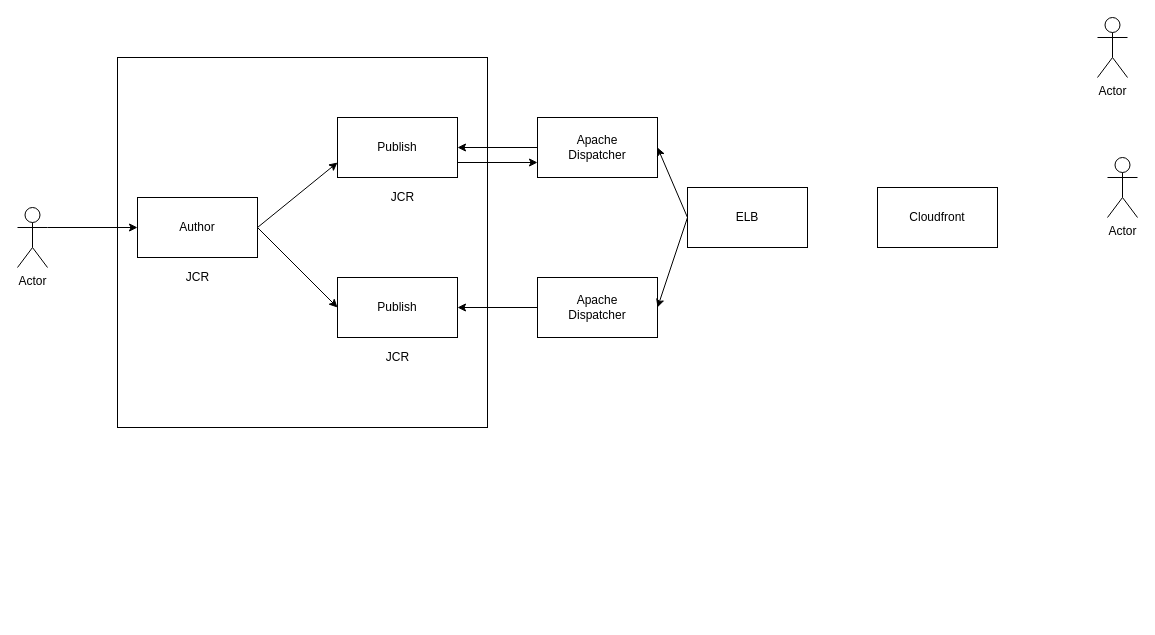
Before: AEM.drawio in chekurisriharsha/hello-world, a draw.io diagram. Source tidied: cells renumbered, new cells numbered last; positions are measured from the earlier drawing's top-left corner, leaving out a move shared by most shapes. Both pictures are drawn from the tidied source at 100%, with x=0, y=0 at pixel (17, 17).
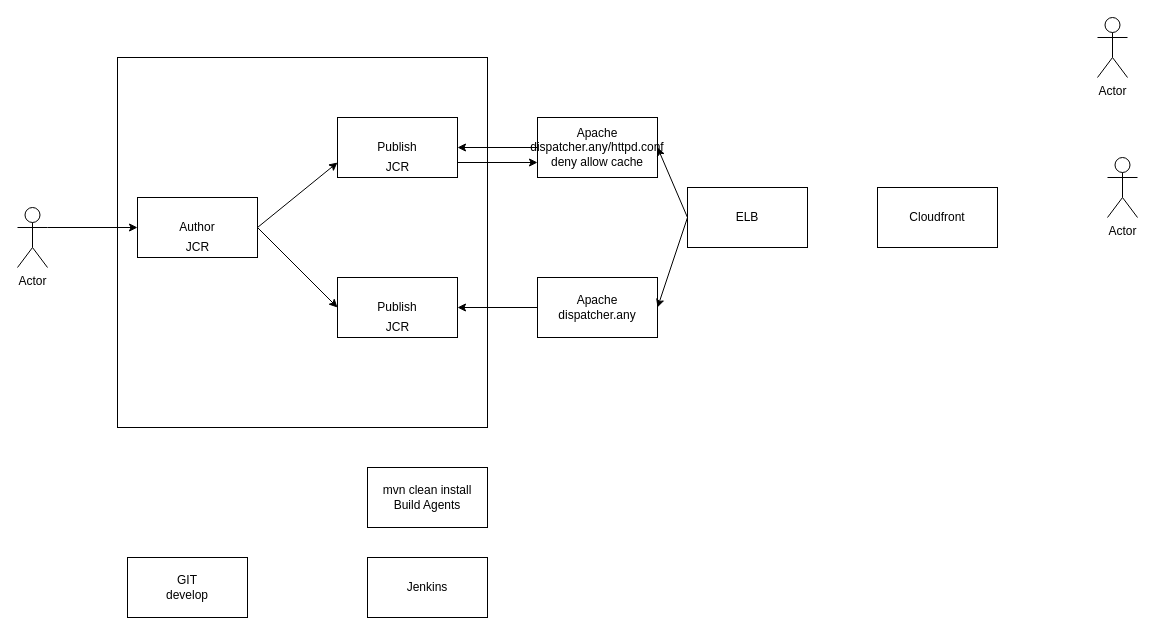
The same page after the edit.

Change to the diagram source:
```diff
@@
     <mxCell id="9" value="JCR" style="text;html=1;align=center;verticalAlign=middle;" parent="1" vertex="1">
-      <mxGeometry x="160" y="250" width="40" height="20" as="geometry" />
+      <mxGeometry x="160" y="220" width="40" height="20" as="geometry" />
     </mxCell>
@@
     <mxCell id="11" value="JCR" style="text;html=1;align=center;verticalAlign=middle;" parent="1" vertex="1">
-      <mxGeometry x="365" y="170" width="40" height="20" as="geometry" />
+      <mxGeometry x="360" y="140" width="40" height="20" as="geometry" />
     </mxCell>
     <mxCell id="12" value="JCR" style="text;html=1;align=center;verticalAlign=middle;" parent="1" vertex="1">
-      <mxGeometry x="360" y="330" width="40" height="20" as="geometry" />
+      <mxGeometry x="360" y="300" width="40" height="20" as="geometry" />
     </mxCell>
-    <mxCell id="13" value="Apache&lt;br&gt;Dispatcher" style="rounded=0;whiteSpace=wrap;html=1;" parent="1" vertex="1">
+    <mxCell id="13" value="Apache&lt;br&gt;dispatcher.any/httpd.conf&lt;br&gt;deny allow cache" style="rounded=0;whiteSpace=wrap;html=1;" parent="1" vertex="1">
       <mxGeometry x="520" y="100" width="120" height="60" as="geometry" />
     </mxCell>
-    <mxCell id="14" value="Apache&lt;br&gt;Dispatcher" style="rounded=0;whiteSpace=wrap;html=1;" parent="1" vertex="1">
+    <mxCell id="14" value="Apache&lt;br&gt;dispatcher.any" style="rounded=0;whiteSpace=wrap;html=1;" parent="1" vertex="1">
       <mxGeometry x="520" y="260" width="120" height="60" as="geometry" />
     </mxCell>
@@
+    <mxCell id="24" value="GIT&lt;br&gt;develop" style="rounded=0;whiteSpace=wrap;html=1;" parent="1" vertex="1">
+      <mxGeometry x="110" y="540" width="120" height="60" as="geometry" />
+    </mxCell>
+    <mxCell id="25" value="Jenkins&lt;br&gt;" style="rounded=0;whiteSpace=wrap;html=1;" parent="1" vertex="1">
+      <mxGeometry x="350" y="540" width="120" height="60" as="geometry" />
+    </mxCell>
+    <mxCell id="26" value="mvn clean install&lt;br&gt;Build Agents" style="rounded=0;whiteSpace=wrap;html=1;" parent="1" vertex="1">
+      <mxGeometry x="350" y="450" width="120" height="60" as="geometry" />
+    </mxCell>
```
